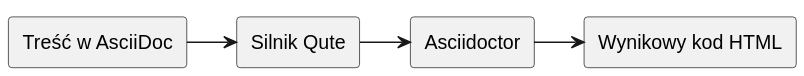
Earlier version of the PlantUML export content/posts/2026-10-11-blog-na-nowym-silniku/diag-flow.svg (amiroslaw/blog-roq). Its diagram source:
```plantuml
@startuml
left to right direction

rectangle "Treść w AsciiDoc" as A
rectangle "Silnik Qute" as B
rectangle "Asciidoctor" as C
rectangle "Wynikowy kod HTML" as D

A --> B
B --> C
C --> D
@enduml
```
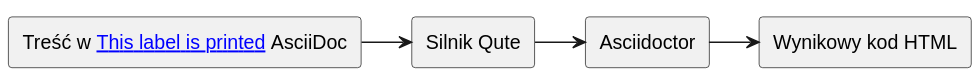
Later version of the same file.

Change to the diagram source:
```diff
@@ -1,7 +1,7 @@
 @startuml
 left to right direction
 
-rectangle "Treść w AsciiDoc" as A
+rectangle "Treść w [[http://plantuml.com This label is printed]] AsciiDoc" as A
 rectangle "Silnik Qute" as B
 rectangle "Asciidoctor" as C
 rectangle "Wynikowy kod HTML" as D
```
